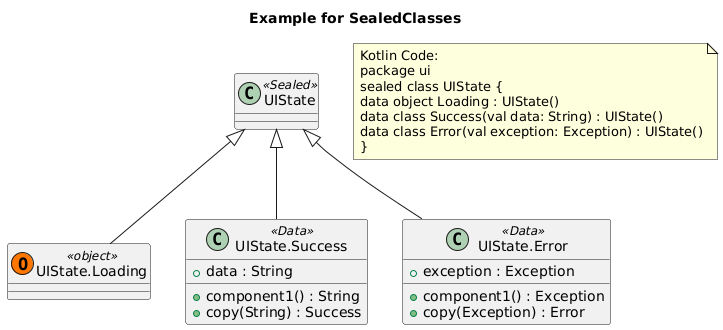
Above: doc/plantuml/SealedClasses.png in Tosaa/ksp-plantuml (PlantUML), before the change.
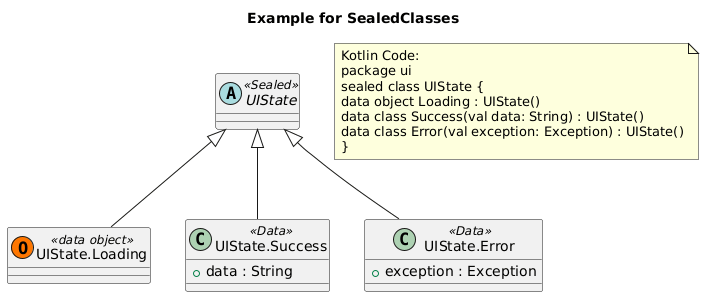
The same diagram one commit later.

What changed in the source:
```diff
@@ -1,18 +1,14 @@
 @startuml
 title Example for SealedClasses
-class "UIState" as ui_UIState <<Sealed>>{
+abstract class "UIState" as ui_UIState <<Sealed>>{
 }
-class "UIState.Loading" as ui_UIState_Loading << (O, #FF7700) object>>{
+class "UIState.Loading" as ui_UIState_Loading << (O, #FF7700) data object>>{
 }
 class "UIState.Success" as ui_UIState_Success <<Data>>{
 + data : String
-+ component1() : String
-+ copy(String) : Success
 }
 class "UIState.Error" as ui_UIState_Error <<Data>>{
 + exception : Exception
-+ component1() : Exception
-+ copy(Exception) : Error
 }
 ui_UIState <|-- ui_UIState_Error
 ui_UIState <|-- ui_UIState_Success
```
